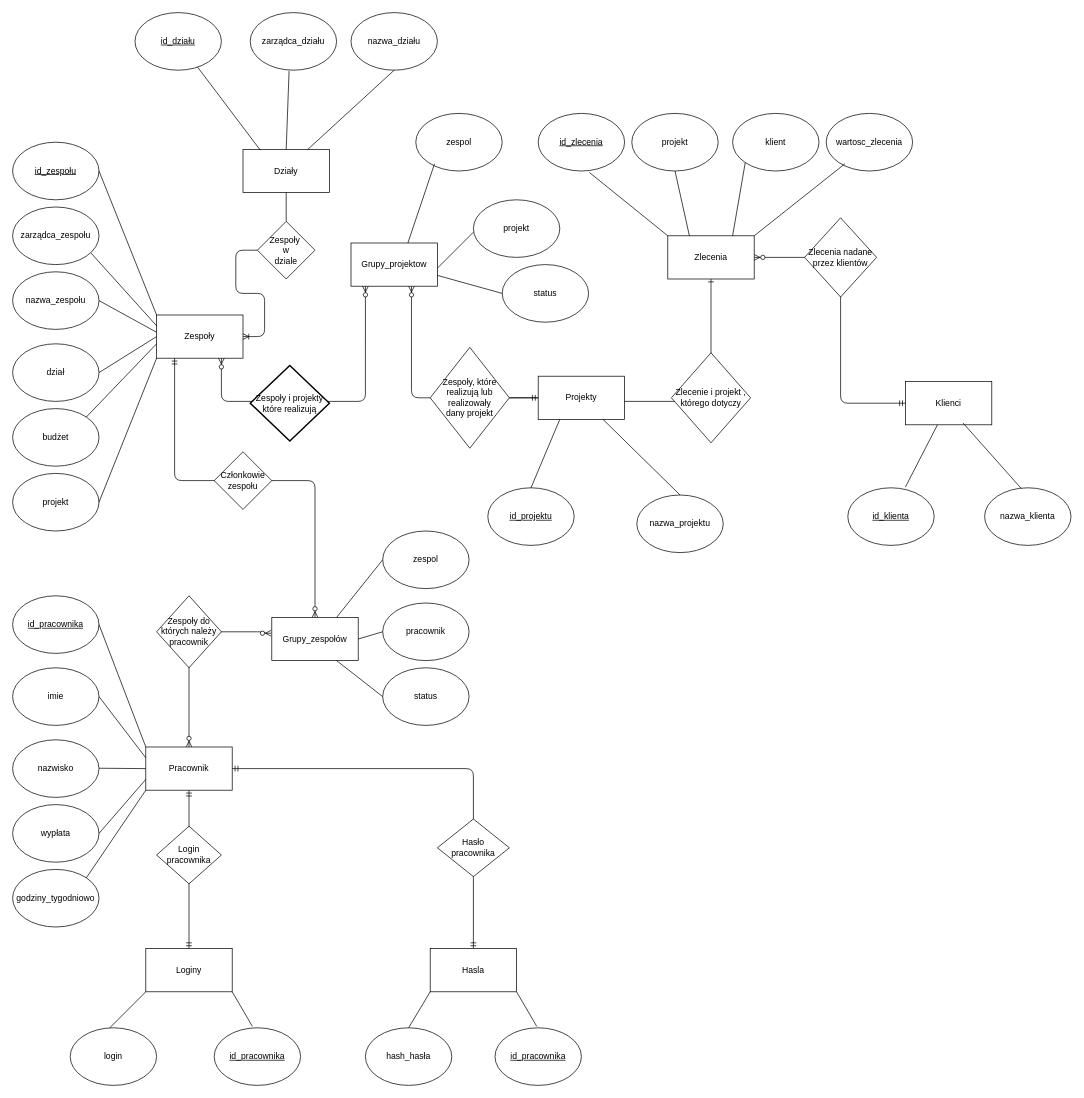
Before: ER_diagram.drawio in Cebulllaaa/Bazy, a draw.io diagram. Source tidied: cells renumbered, new cells numbered last; positions are measured from the earlier drawing's top-left corner, leaving out a move shared by most shapes. Both pictures are drawn from the tidied source at 72%, with x=0, y=0 at pixel (12, 12).
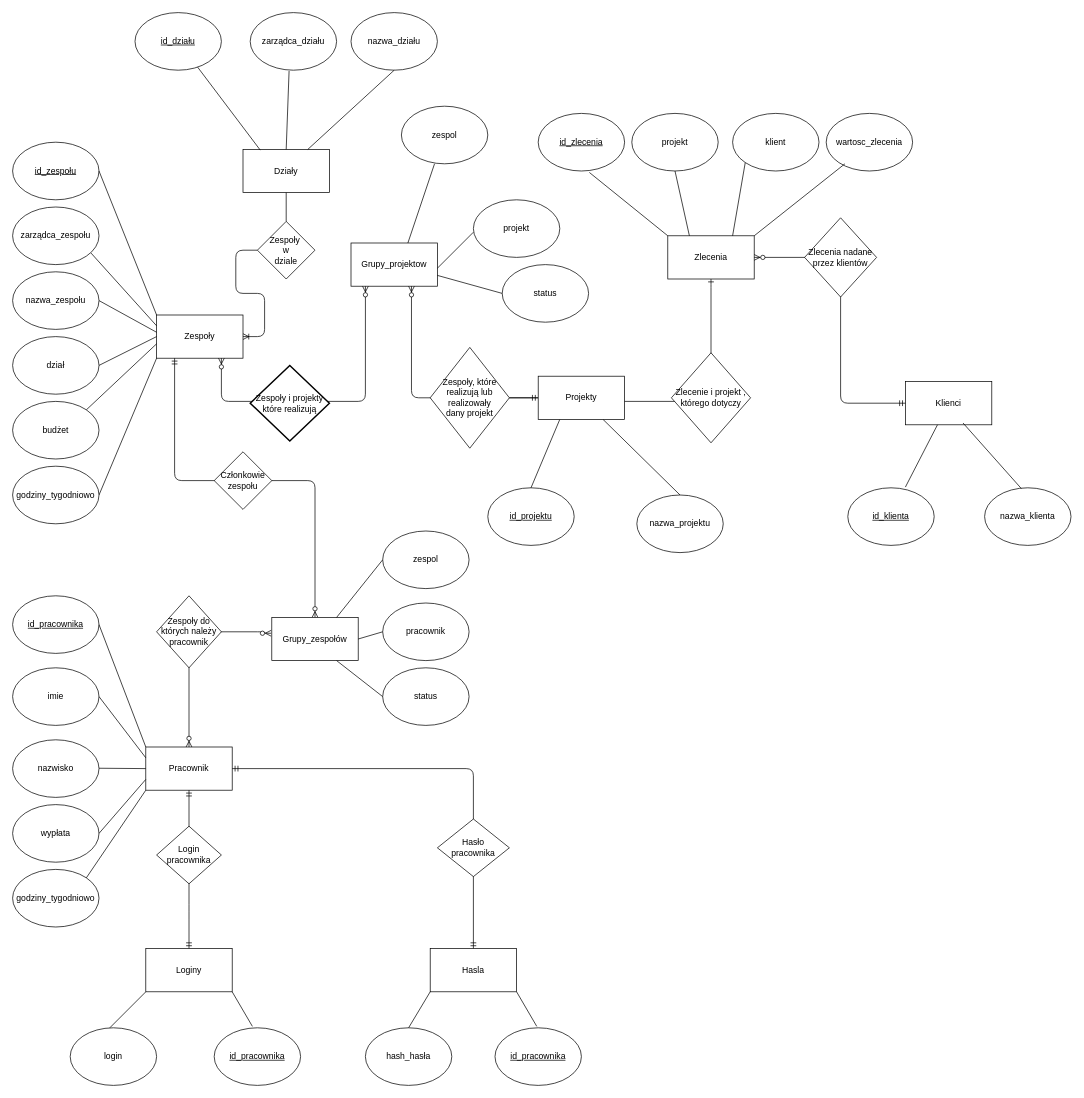
After the change.

Commit message (it also covers changes not shown here):
utworzenie Pracownik_use_case_diagram

Unchanged cells that the change refers to:
```xml
<mxCell id="9" value="Zespoły" style="rounded=0;whiteSpace=wrap;html=1;" parent="1" vertex="1">
  <mxGeometry x="200" y="420" width="120" height="60" as="geometry" />
</mxCell>
```

What changed in the source:
```diff
@@
     <mxCell id="16" value="dział" style="ellipse;whiteSpace=wrap;html=1;" parent="1" vertex="1">
-      <mxGeometry y="460" width="120" height="80" as="geometry" />
+      <mxGeometry y="450" width="120" height="80" as="geometry" />
     </mxCell>
     <mxCell id="17" value="budżet" style="ellipse;whiteSpace=wrap;html=1;" parent="1" vertex="1">
-      <mxGeometry y="550" width="120" height="80" as="geometry" />
+      <mxGeometry y="540" width="120" height="80" as="geometry" />
     </mxCell>
@@
-    <mxCell id="28" value="projekt" style="ellipse;whiteSpace=wrap;html=1;" parent="1" vertex="1">
-      <mxGeometry y="640" width="120" height="80" as="geometry" />
-    </mxCell>
-    <mxCell id="29" style="endArrow=none;html=1;exitX=1;exitY=0.5;exitDx=0;exitDy=0;entryX=0;entryY=1;entryDx=0;entryDy=0;" parent="1" edge="1" source="28" target="9">
-      <mxGeometry relative="1" as="geometry" />
-    </mxCell>
@@
     <mxCell id="36" value="zespol" style="ellipse;whiteSpace=wrap;html=1;" parent="1" vertex="1">
-      <mxGeometry x="560" y="140" width="120" height="80" as="geometry" />
+      <mxGeometry x="540" y="130" width="120" height="80" as="geometry" />
     </mxCell>
@@
+    <mxCell id="96" style="endArrow=none;html=1;entryX=0;entryY=1;entryDx=0;entryDy=0;exitX=1;exitY=0;exitDx=0;exitDy=0;" parent="1" edge="1" target="9">
+      <mxGeometry relative="1" as="geometry">
+        <mxPoint x="120" y="670" as="sourcePoint" />
+      </mxGeometry>
+    </mxCell>
+    <mxCell id="97" value="godziny_tygodniowo" style="ellipse;whiteSpace=wrap;html=1;" parent="1" vertex="1">
+      <mxGeometry y="630" width="120" height="80" as="geometry" />
+    </mxCell>
```
